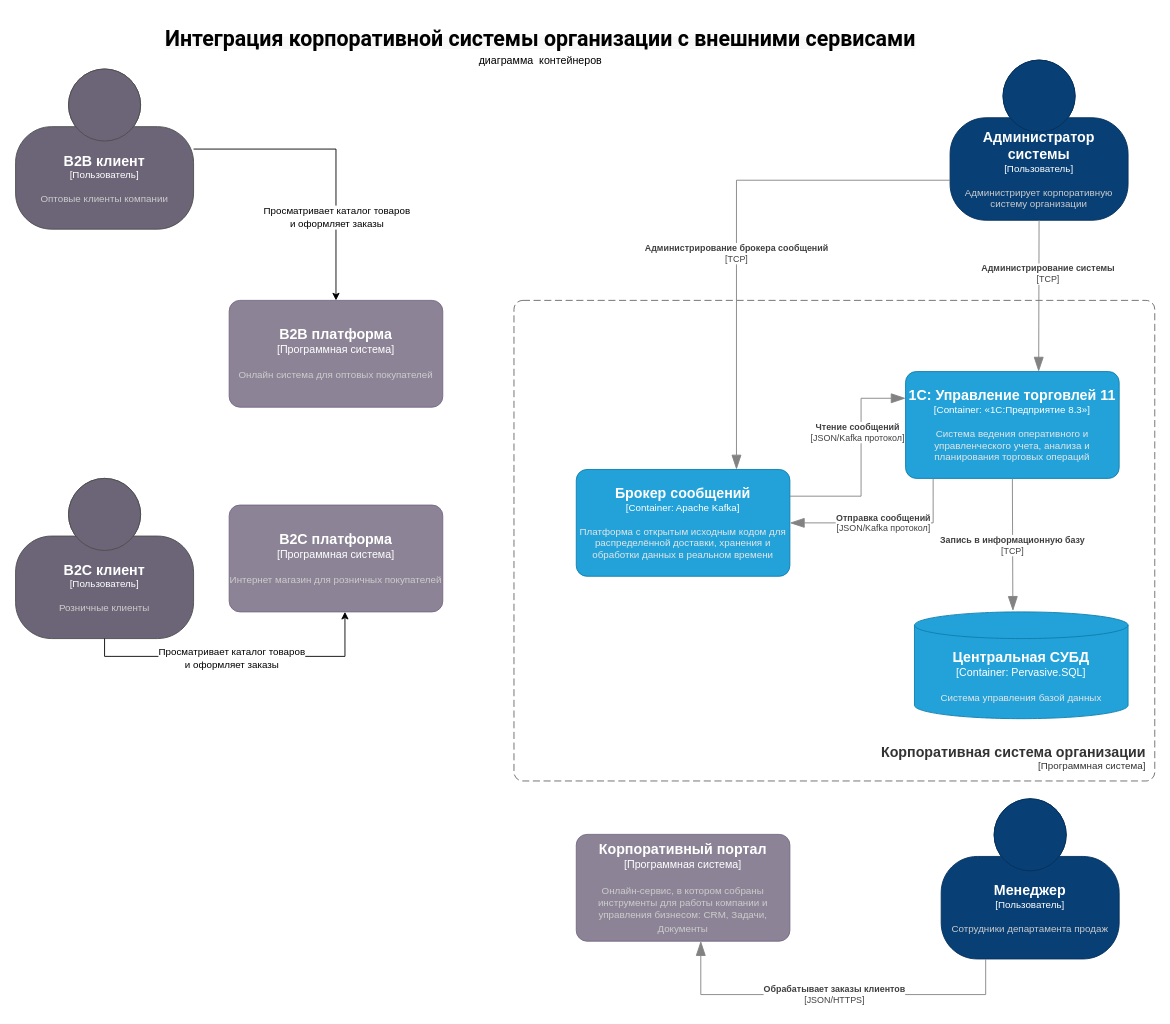
OlegM161/draw keeps this draw.io diagram as Component_Diagram.drawio. Above is the earlier version. Source tidied: cells renumbered, new cells numbered last; positions are measured from the earlier drawing's top-left corner, leaving out a move shared by most shapes. Both pictures are drawn from the tidied source at 89%, with x=0, y=0 at pixel (15, 15).
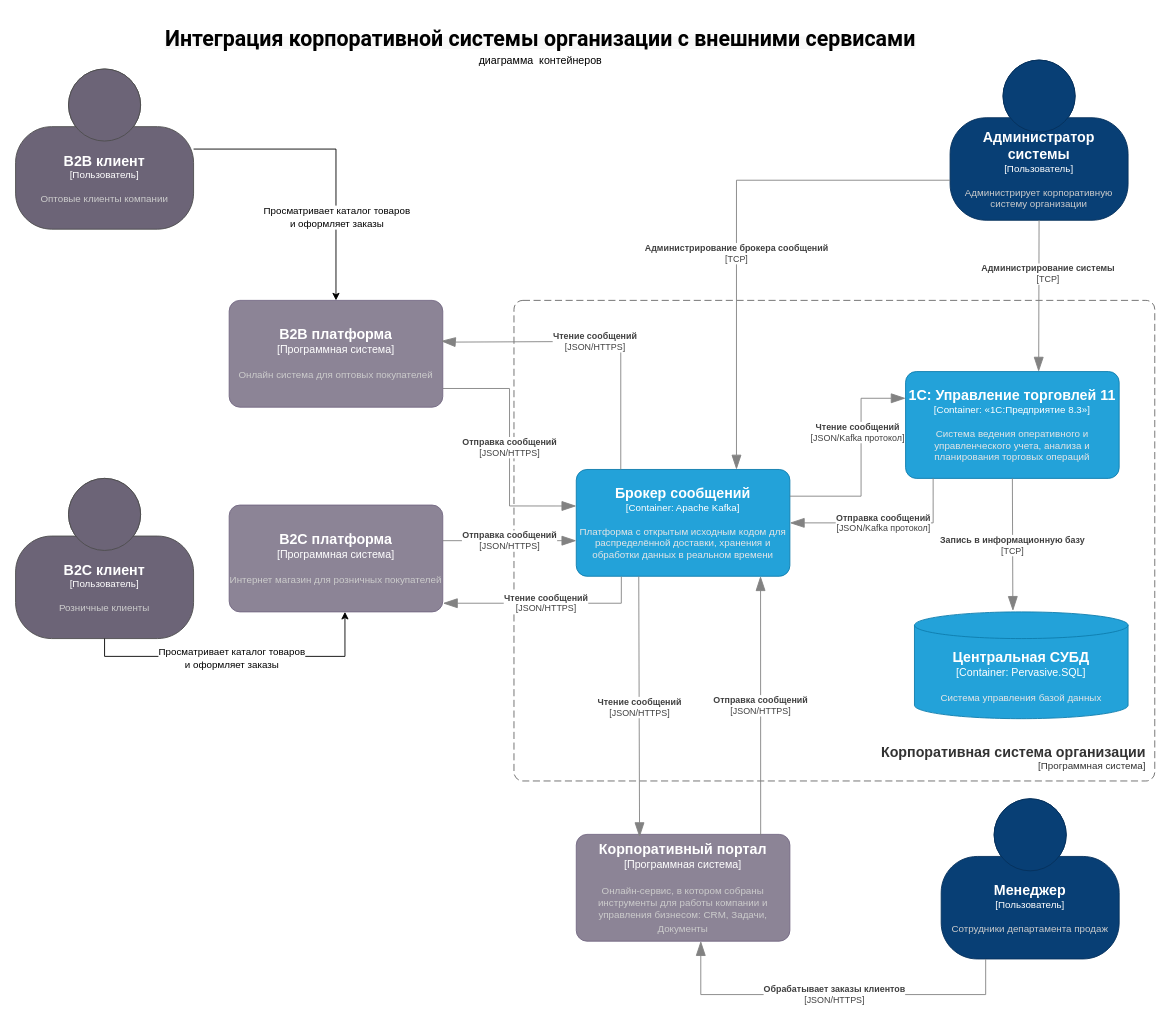
After the change.

Unchanged cells that the change refers to:
```xml
<object id="3" label="&lt;font style=&quot;font-size: 16px&quot;&gt;&lt;b&gt;%c4Name%&lt;/b&gt;&lt;/font&gt;&lt;div&gt;[%c4Type%]&lt;/div&gt;&lt;br&gt;&lt;div&gt;&lt;font style=&quot;font-size: 11px&quot;&gt;&lt;font color=&quot;#cccccc&quot;&gt;%c4Description%&lt;/font&gt;&lt;/div&gt;" c4Description="Онлайн система для оптовых покупателей" c4Name="B2B платформа" c4Type="Программная система" placeholders="1">
  <mxCell style="rounded=1;whiteSpace=wrap;html=1;labelBackgroundColor=none;fillColor=#8C8496;fontColor=#ffffff;align=center;arcSize=10;strokeColor=#736782;points=[[0.25,0,0],[0.5,0,0],[0.75,0,0],[1,0.25,0],[1,0.5,0],[1,0.75,0],[0.75,1,0],[0.5,1,0],[0.25,1,0],[0,0.75,0],[0,0.5,0],[0,0.25,0]];imageWidth=24;imageHeight=24;" parent="1" vertex="1">
    <mxGeometry x="240" y="320" width="240" height="120" as="geometry" />
  </mxCell>
</object>
<object id="4" label="&lt;font style=&quot;font-size: 16px&quot;&gt;&lt;b&gt;%c4Name%&lt;/b&gt;&lt;/font&gt;&lt;div&gt;[%c4Type%]&lt;/div&gt;&lt;br&gt;&lt;div&gt;&lt;font style=&quot;font-size: 11px&quot;&gt;&lt;font color=&quot;#cccccc&quot;&gt;%c4Description%&lt;/font&gt;&lt;/div&gt;" c4Description="Интернет магазин для розничных покупателей" c4Name="B2C платформа" c4Type="Программная система" placeholders="1">
  <mxCell style="rounded=1;whiteSpace=wrap;html=1;labelBackgroundColor=none;fillColor=#8C8496;fontColor=#ffffff;align=center;arcSize=10;strokeColor=#736782;points=[[0.25,0,0],[0.5,0,0],[0.75,0,0],[1,0.25,0],[1,0.5,0],[1,0.75,0],[0.75,1,0],[0.5,1,0],[0.25,1,0],[0,0.75,0],[0,0.5,0],[0,0.25,0]];" parent="1" vertex="1">
    <mxGeometry x="240" y="550" width="240" height="120" as="geometry" />
  </mxCell>
</object>
<object id="16" label="&lt;font style=&quot;font-size: 16px&quot;&gt;&lt;b&gt;%c4Name%&lt;/b&gt;&lt;/font&gt;&lt;div&gt;[%c4Type%: %c4Technology%]&lt;/div&gt;&lt;br&gt;&lt;div&gt;&lt;font style=&quot;font-size: 11px&quot;&gt;&lt;font color=&quot;#E6E6E6&quot;&gt;%c4Description%&lt;/font&gt;&lt;/div&gt;" c4Description="Платформа с открытым исходным кодом для распределённой доставки, хранения и обработки данных в реальном времени" c4Name="Брокер сообщений" c4Technology="Apache Kafka" c4Type="Container" placeholders="1">
  <mxCell style="rounded=1;whiteSpace=wrap;html=1;fontSize=11;labelBackgroundColor=none;fillColor=#23A2D9;fontColor=#ffffff;align=center;arcSize=10;strokeColor=#0E7DAD;points=[[0.25,0,0],[0.5,0,0],[0.75,0,0],[1,0.25,0],[1,0.5,0],[1,0.75,0],[0.75,1,0],[0.5,1,0],[0.25,1,0],[0,0.75,0],[0,0.5,0],[0,0.25,0]];" parent="1" vertex="1">
    <mxGeometry x="630" y="510" width="240" height="120" as="geometry" />
  </mxCell>
</object>
```

The edit, as a diff of the source:
```diff
@@
+    <object id="24" label="&lt;div style=&quot;text-align: left&quot;&gt;&lt;div style=&quot;text-align: center&quot;&gt;&lt;b&gt;%c4Description%&lt;/b&gt;&lt;/div&gt;&lt;div style=&quot;text-align: center&quot;&gt;[%c4Technology%]&lt;/div&gt;&lt;/div&gt;" c4Description="Отправка сообщений" c4Technology="JSON/HTTPS" placeholders="1">
+      <mxCell style="endArrow=blockThin;html=1;fontSize=10;fontColor=#404040;strokeWidth=1;endFill=1;strokeColor=#828282;elbow=vertical;endSize=14;startSize=14;jumpStyle=arc;jumpSize=16;rounded=0;edgeStyle=orthogonalEdgeStyle;exitX=1;exitY=0.825;exitDx=0;exitDy=0;exitPerimeter=0;entryX=0;entryY=0.342;entryDx=0;entryDy=0;entryPerimeter=0;" parent="1" edge="1" source="3" target="16">
+        <mxGeometry relative="1" as="geometry" />
+      </mxCell>
+    </object>
+    <object id="25" label="&lt;div style=&quot;text-align: left&quot;&gt;&lt;div style=&quot;text-align: center&quot;&gt;&lt;b&gt;%c4Description%&lt;/b&gt;&lt;/div&gt;&lt;div style=&quot;text-align: center&quot;&gt;[%c4Technology%]&lt;/div&gt;&lt;/div&gt;" c4Description="Отправка сообщений" c4Technology="JSON/HTTPS" placeholders="1">
+      <mxCell style="endArrow=blockThin;html=1;fontSize=10;fontColor=#404040;strokeWidth=1;endFill=1;strokeColor=#828282;elbow=vertical;endSize=14;startSize=14;jumpStyle=arc;jumpSize=16;rounded=0;edgeStyle=orthogonalEdgeStyle;" parent="1" edge="1">
+        <mxGeometry relative="1" as="geometry">
+          <mxPoint x="480" y="590" as="sourcePoint" />
+          <mxPoint x="630" y="590" as="targetPoint" />
+        </mxGeometry>
+      </mxCell>
+    </object>
+    <object id="26" label="&lt;div style=&quot;text-align: left&quot;&gt;&lt;div style=&quot;text-align: center&quot;&gt;&lt;b&gt;%c4Description%&lt;/b&gt;&lt;/div&gt;&lt;div style=&quot;text-align: center&quot;&gt;[%c4Technology%]&lt;/div&gt;&lt;/div&gt;" c4Description="Чтение сообщений" c4Technology="JSON/HTTPS" placeholders="1">
+      <mxCell style="endArrow=blockThin;html=1;fontSize=10;fontColor=#404040;strokeWidth=1;endFill=1;strokeColor=#828282;elbow=vertical;endSize=14;startSize=14;jumpStyle=arc;jumpSize=16;rounded=0;edgeStyle=orthogonalEdgeStyle;exitX=0.211;exitY=1.003;exitDx=0;exitDy=0;exitPerimeter=0;entryX=1.001;entryY=0.919;entryDx=0;entryDy=0;entryPerimeter=0;" parent="1" edge="1" source="16" target="4">
+        <mxGeometry relative="1" as="geometry" />
+      </mxCell>
+    </object>
+    <object id="27" label="&lt;div style=&quot;text-align: left&quot;&gt;&lt;div style=&quot;text-align: center&quot;&gt;&lt;b&gt;%c4Description%&lt;/b&gt;&lt;/div&gt;&lt;div style=&quot;text-align: center&quot;&gt;[%c4Technology%]&lt;/div&gt;&lt;/div&gt;" c4Description="Чтение сообщений" c4Technology="JSON/HTTPS" placeholders="1">
+      <mxCell style="endArrow=blockThin;html=1;fontSize=10;fontColor=#404040;strokeWidth=1;endFill=1;strokeColor=#828282;elbow=vertical;endSize=14;startSize=14;jumpStyle=arc;jumpSize=16;rounded=0;edgeStyle=orthogonalEdgeStyle;entryX=0.992;entryY=0.381;entryDx=0;entryDy=0;entryPerimeter=0;" parent="1" edge="1" target="3">
+        <mxGeometry relative="1" as="geometry">
+          <mxPoint x="680" y="510" as="sourcePoint" />
+          <Array as="points">
+            <mxPoint x="680" y="366" />
+            <mxPoint x="482" y="366" />
+          </Array>
+        </mxGeometry>
+      </mxCell>
+    </object>
+    <object id="28" label="&lt;div style=&quot;text-align: left&quot;&gt;&lt;div style=&quot;text-align: center&quot;&gt;&lt;b&gt;%c4Description%&lt;/b&gt;&lt;/div&gt;&lt;div style=&quot;text-align: center&quot;&gt;[%c4Technology%]&lt;/div&gt;&lt;/div&gt;" c4Description="Чтение сообщений" c4Technology="JSON/HTTPS" placeholders="1">
+      <mxCell style="endArrow=blockThin;html=1;fontSize=10;fontColor=#404040;strokeWidth=1;endFill=1;strokeColor=#828282;elbow=vertical;endSize=14;startSize=14;jumpStyle=arc;jumpSize=16;rounded=0;edgeStyle=orthogonalEdgeStyle;exitX=0.359;exitY=1.001;exitDx=0;exitDy=0;exitPerimeter=0;entryX=0.363;entryY=0.025;entryDx=0;entryDy=0;entryPerimeter=0;" parent="1" edge="1">
+        <mxGeometry relative="1" as="geometry">
+          <mxPoint x="700.2" y="630.1" as="sourcePoint" />
+          <mxPoint x="701.1" y="923" as="targetPoint" />
+        </mxGeometry>
+      </mxCell>
+    </object>
+    <object id="29" label="&lt;div style=&quot;text-align: left&quot;&gt;&lt;div style=&quot;text-align: center&quot;&gt;&lt;b&gt;%c4Description%&lt;/b&gt;&lt;/div&gt;&lt;div style=&quot;text-align: center&quot;&gt;[%c4Technology%]&lt;/div&gt;&lt;/div&gt;" c4Description="Отправка сообщений" c4Technology="JSON/HTTPS" placeholders="1">
+      <mxCell style="endArrow=blockThin;html=1;fontSize=10;fontColor=#404040;strokeWidth=1;endFill=1;strokeColor=#828282;elbow=vertical;endSize=14;startSize=14;jumpStyle=arc;jumpSize=16;rounded=0;edgeStyle=orthogonalEdgeStyle;exitX=0.709;exitY=0.008;exitDx=0;exitDy=0;exitPerimeter=0;" parent="1" edge="1">
+        <mxGeometry relative="1" as="geometry">
+          <mxPoint x="837.2" y="921" as="sourcePoint" />
+          <mxPoint x="837" y="630" as="targetPoint" />
+        </mxGeometry>
+      </mxCell>
+    </object>
```
